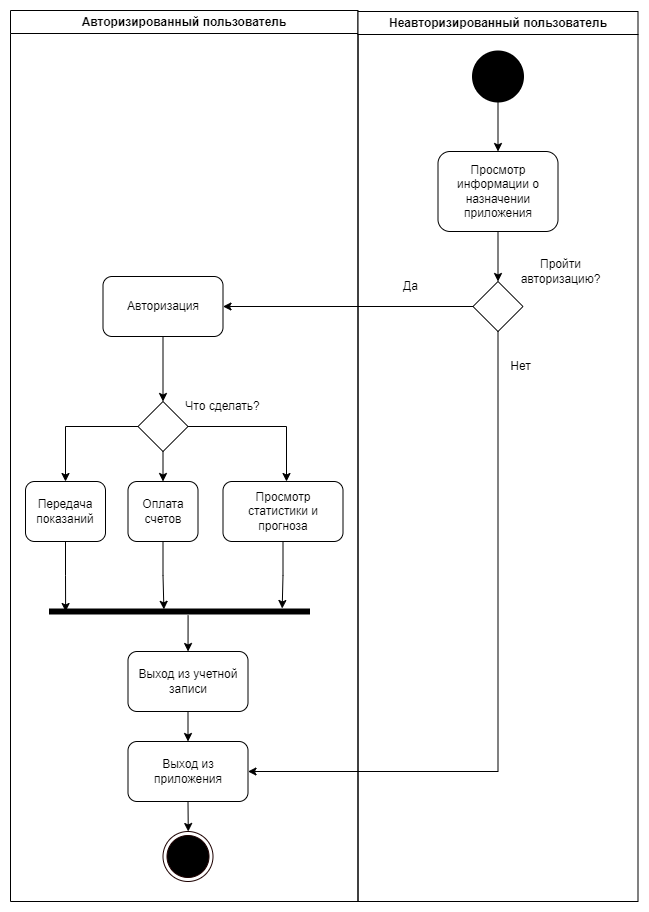
Earlier version of the draw.io export Документация/Диаграммы/activity.png (SaVyrin/TP-4.2-2_Project). Source tidied: cells renumbered, new cells last; positions are measured from the earlier drawing's top-left corner, leaving out a move shared by most shapes.
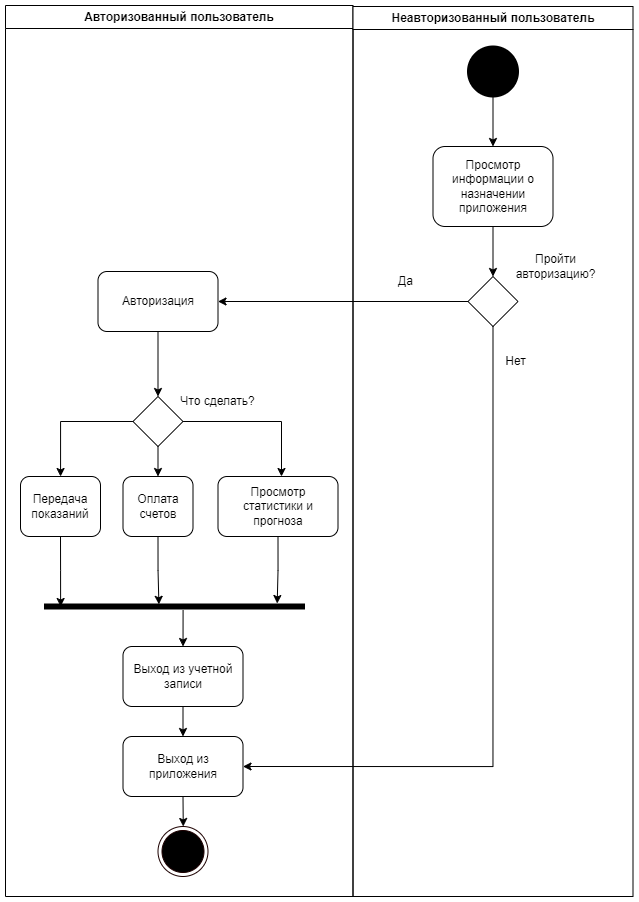
The same file after the commit.

Commit message:
Обновлена activity диаграмма

Исправлена опечатка в тексте

Change to the diagram source:
```diff
@@ -2,7 +2,7 @@
   <root>
     <mxCell id="0" />
     <mxCell id="1" parent="0" />
-    <mxCell id="2" value="Авторизированный пользователь" style="swimlane;whiteSpace=wrap;html=1;" parent="1" vertex="1">
+    <mxCell id="2" value="Авторизованный пользователь" style="swimlane;whiteSpace=wrap;html=1;" parent="1" vertex="1">
       <mxGeometry width="347.5" height="891" as="geometry" />
     </mxCell>
     <mxCell id="3" value="Авторизация" style="rounded=1;whiteSpace=wrap;html=1;" parent="2" vertex="1">
@@ -76,7 +76,7 @@
     <mxCell id="22" style="ellipse;html=1;shape=endState;fillColor=#000000;strokeColor=#1C0000;" parent="2" vertex="1">
       <mxGeometry x="152.5" y="821" width="50" height="50" as="geometry" />
     </mxCell>
-    <mxCell id="23" value="Неавторизированный пользователь" style="swimlane;whiteSpace=wrap;html=1;" parent="1" vertex="1">
+    <mxCell id="23" value="Неавторизованный пользователь" style="swimlane;whiteSpace=wrap;html=1;" parent="1" vertex="1">
       <mxGeometry x="347.5" y="1" width="280" height="890" as="geometry" />
     </mxCell>
     <mxCell id="24" style="edgeStyle=orthogonalEdgeStyle;rounded=0;jettySize=auto;html=1;exitX=0.5;exitY=1;exitDx=0;exitDy=0;exitPerimeter=0;" parent="23" edge="1" source="25" target="29">
```
